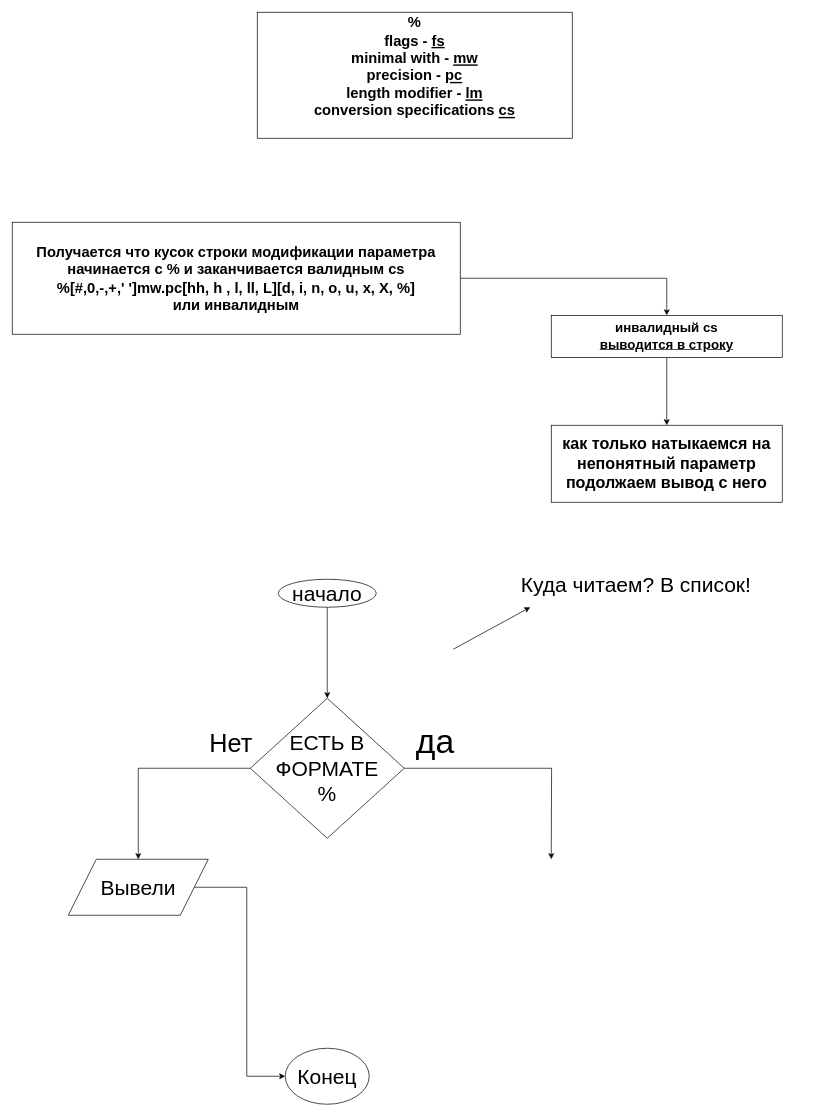
This is page "Page-1" (1 of 2) of thougths.drawio from vlukjanenko/ft_printf, a draw.io file, before an edit. Source tidied: cells renumbered, new cells numbered last; positions are measured from the earlier drawing's top-left corner, leaving out a move shared by most shapes. Both pictures are drawn from the tidied source at 70%, with x=0, y=0 at pixel (12, 12).
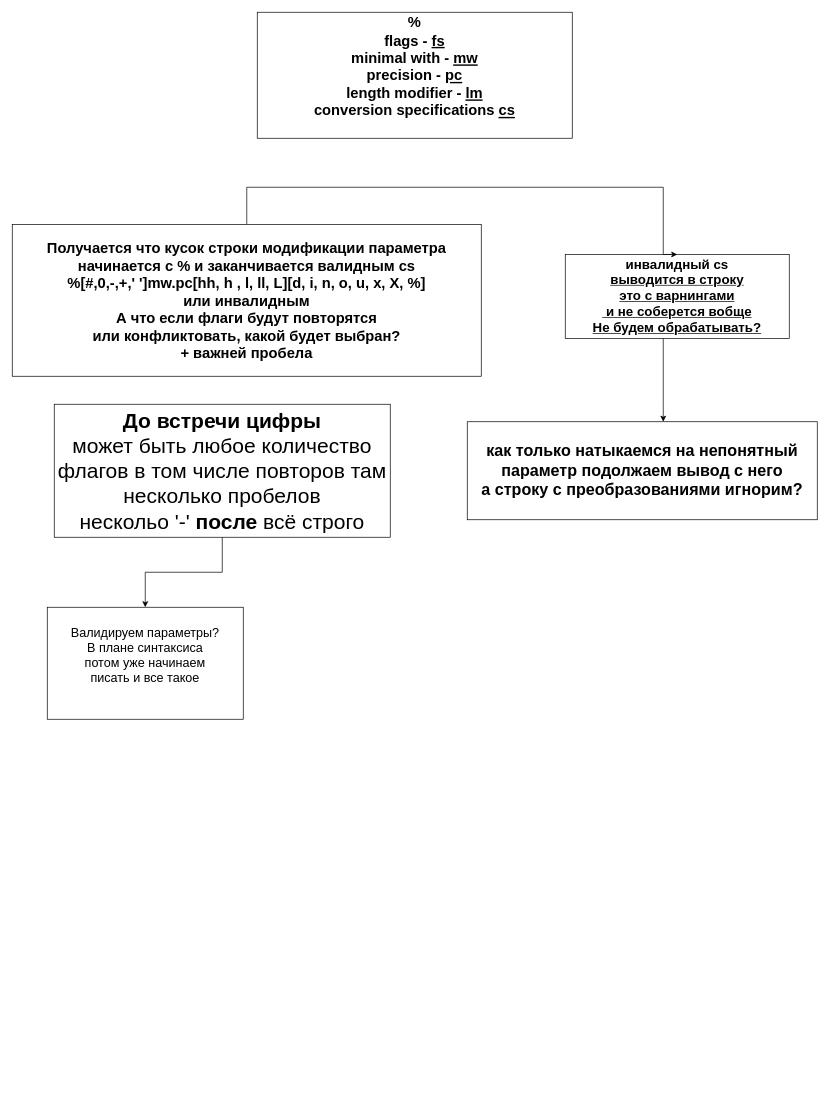
The same page after the edit.

The edit, as a diff of the source:
```diff
@@
     <mxCell id="3" style="edgeStyle=orthogonalEdgeStyle;rounded=0;jettySize=auto;html=1;" parent="1" edge="1" source="4" target="7">
-      <mxGeometry relative="1" as="geometry" />
+      <mxGeometry relative="1" as="geometry">
+        <Array as="points">
+          <mxPoint x="930" y="560" />
+          <mxPoint x="930" y="560" />
+        </Array>
+      </mxGeometry>
     </mxCell>
-    <mxCell id="4" value="&lt;font style=&quot;font-size: 19px&quot;&gt;&lt;b&gt;инвалидный cs &lt;br&gt;&lt;u&gt;выводится в строку&lt;/u&gt;&lt;/b&gt;&lt;/font&gt;" style="rounded=0;whiteSpace=wrap;html=1;" parent="1" vertex="1">
-      <mxGeometry x="770" y="433" width="330" height="60" as="geometry" />
+    <mxCell id="4" value="&lt;font style=&quot;font-size: 19px&quot;&gt;&lt;b&gt;инвалидный cs &lt;br&gt;&lt;u&gt;выводится в строку&lt;br&gt;это с варнингами&lt;br&gt;&amp;nbsp;и не соберется вобще&lt;br&gt;Не будем обрабатывать?&lt;br&gt;&lt;/u&gt;&lt;/b&gt;&lt;/font&gt;" style="rounded=0;whiteSpace=wrap;html=1;" parent="1" vertex="1">
+      <mxGeometry x="790" y="346" width="320" height="120" as="geometry" />
     </mxCell>
     <mxCell id="5" style="edgeStyle=orthogonalEdgeStyle;rounded=0;jettySize=auto;html=1;entryX=0.5;entryY=0;entryDx=0;entryDy=0;" parent="1" edge="1" source="6" target="4">
-      <mxGeometry relative="1" as="geometry" />
+      <mxGeometry relative="1" as="geometry">
+        <Array as="points">
+          <mxPoint x="335" y="250" />
+          <mxPoint x="930" y="250" />
+        </Array>
+      </mxGeometry>
     </mxCell>
-    <mxCell id="6" value="&lt;b style=&quot;font-size: 21px&quot;&gt;Получается что кусок строки модификации параметра&lt;/b&gt;&lt;br&gt;&lt;span style=&quot;font-size: 21px&quot;&gt;&lt;b&gt;начинается с % и заканчивается валидным cs &lt;/b&gt;&lt;/span&gt;&lt;br&gt;&lt;b style=&quot;font-size: 21px&quot;&gt;%[#,0,-,+,' ']mw.pc[hh, h , l, ll, L][&lt;/b&gt;&lt;span style=&quot;font-size: 21px&quot;&gt;&lt;b&gt;d, i, n, o, u, x, X, %]&lt;br&gt;&lt;/b&gt;&lt;/span&gt;&lt;span style=&quot;font-size: 21px&quot;&gt;&lt;b&gt;или инвалидным&lt;/b&gt;&lt;/span&gt;&lt;span style=&quot;font-size: 21px&quot;&gt;&lt;b&gt;&lt;br&gt;&lt;/b&gt;&lt;/span&gt;" style="rounded=0;whiteSpace=wrap;html=1;" parent="1" vertex="1">
-      <mxGeometry y="300" width="640" height="160" as="geometry" />
+    <mxCell id="6" value="&lt;b style=&quot;font-size: 21px&quot;&gt;Получается что кусок строки модификации параметра&lt;/b&gt;&lt;br&gt;&lt;span style=&quot;font-size: 21px&quot;&gt;&lt;b&gt;начинается с % и заканчивается валидным cs &lt;/b&gt;&lt;/span&gt;&lt;br&gt;&lt;b style=&quot;font-size: 21px&quot;&gt;%[#,0,-,+,' ']mw.pc[hh, h , l, ll, L][&lt;/b&gt;&lt;span style=&quot;font-size: 21px&quot;&gt;&lt;b&gt;d, i, n, o, u, x, X, %]&lt;br&gt;&lt;/b&gt;&lt;/span&gt;&lt;span style=&quot;font-size: 21px&quot;&gt;&lt;b&gt;или инвалидным&lt;br&gt;&lt;/b&gt;&lt;/span&gt;&lt;span style=&quot;font-size: 21px&quot;&gt;&lt;b&gt;А что если флаги будут повторятся&lt;br&gt;или конфликтовать, какой будет выбран?&lt;br&gt;+ важней пробела&lt;br&gt;&lt;/b&gt;&lt;/span&gt;" style="rounded=0;whiteSpace=wrap;html=1;" parent="1" vertex="1">
+      <mxGeometry y="303" width="670" height="217" as="geometry" />
     </mxCell>
-    <mxCell id="7" value="&lt;span style=&quot;text-align: left&quot;&gt;&lt;b&gt;&lt;font style=&quot;font-size: 23px&quot;&gt;как только натыкаемся на непонятный параметр подолжаем вывод с него&lt;/font&gt;&lt;/b&gt;&lt;/span&gt;" style="rounded=0;whiteSpace=wrap;html=1;" parent="1" vertex="1">
-      <mxGeometry x="770" y="590" width="330" height="110" as="geometry" />
+    <mxCell id="7" value="&lt;span style=&quot;text-align: left&quot;&gt;&lt;b&gt;&lt;font style=&quot;font-size: 23px&quot;&gt;как только натыкаемся на непонятный параметр подолжаем вывод с него&lt;br&gt;а строку с преобразованиями игнорим?&lt;br&gt;&lt;/font&gt;&lt;/b&gt;&lt;/span&gt;" style="rounded=0;whiteSpace=wrap;html=1;" parent="1" vertex="1">
+      <mxGeometry x="650" y="585" width="500" height="140" as="geometry" />
     </mxCell>
-    <mxCell id="8" style="edgeStyle=orthogonalEdgeStyle;rounded=0;jettySize=auto;html=1;entryX=0.5;entryY=0;entryDx=0;entryDy=0;" parent="1" edge="1" source="9" target="12">
-      <mxGeometry relative="1" as="geometry" />
-    </mxCell>
-    <mxCell id="9" value="&lt;font style=&quot;font-size: 30px&quot;&gt;начало&lt;/font&gt;" style="ellipse;whiteSpace=wrap;html=1;" parent="1" vertex="1">
-      <mxGeometry x="380" y="810" width="140" height="40" as="geometry" />
-    </mxCell>
-    <mxCell id="10" style="edgeStyle=orthogonalEdgeStyle;rounded=0;jettySize=auto;html=1;" parent="1" edge="1" source="12">
-      <mxGeometry relative="1" as="geometry">
-        <mxPoint x="770" y="1210" as="targetPoint" />
-      </mxGeometry>
-    </mxCell>
-    <mxCell id="11" style="edgeStyle=orthogonalEdgeStyle;rounded=0;jettySize=auto;html=1;" parent="1" edge="1" source="12" target="16">
-      <mxGeometry relative="1" as="geometry" />
-    </mxCell>
-    <mxCell id="12" value="&lt;font style=&quot;font-size: 30px&quot;&gt;ЕСТЬ В ФОРМАТЕ&lt;br&gt;%&lt;br&gt;&lt;/font&gt;" style="rhombus;whiteSpace=wrap;html=1;" parent="1" vertex="1">
-      <mxGeometry x="340" y="980" width="220" height="200" as="geometry" />
-    </mxCell>
-    <mxCell id="13" value="&lt;span style=&quot;font-size: 48px&quot;&gt;да&lt;/span&gt;" style="text;html=1;align=left;verticalAlign=top;spacingTop=-4;" parent="1" vertex="1">
-      <mxGeometry x="575" y="1010" width="70" height="30" as="geometry" />
-    </mxCell>
-    <mxCell id="14" value="&lt;span style=&quot;font-size: 36px&quot;&gt;Нет&lt;/span&gt;" style="text;html=1;align=left;verticalAlign=top;spacingTop=-4;" parent="1" vertex="1">
-      <mxGeometry x="280" y="1020" width="80" height="20" as="geometry" />
-    </mxCell>
-    <mxCell id="15" style="edgeStyle=orthogonalEdgeStyle;rounded=0;jettySize=auto;html=1;entryX=0;entryY=0.5;entryDx=0;entryDy=0;" parent="1" edge="1" source="16" target="17">
-      <mxGeometry relative="1" as="geometry" />
-    </mxCell>
-    <mxCell id="16" value="&lt;font style=&quot;font-size: 30px&quot;&gt;Вывели&lt;/font&gt;" style="shape=parallelogram;perimeter=parallelogramPerimeter;whiteSpace=wrap;html=1;" parent="1" vertex="1">
-      <mxGeometry x="80" y="1210" width="200" height="80" as="geometry" />
-    </mxCell>
-    <mxCell id="17" value="&lt;font style=&quot;font-size: 30px&quot;&gt;Конец&lt;/font&gt;" style="ellipse;whiteSpace=wrap;html=1;" parent="1" vertex="1">
-      <mxGeometry x="390" y="1480" width="120" height="80" as="geometry" />
-    </mxCell>
-    <mxCell id="18" value="&lt;font style=&quot;font-size: 30px&quot;&gt;Куда читаем? В список!&lt;/font&gt;" style="text;html=1;align=left;verticalAlign=top;spacingTop=-4;" parent="1" vertex="1">
-      <mxGeometry x="725" y="797" width="350" height="20" as="geometry" />
-    </mxCell>
-    <mxCell id="19" style="endArrow=classic;html=1;" parent="1" edge="1">
-      <mxGeometry relative="1" as="geometry">
-        <mxPoint x="630" y="910" as="sourcePoint" />
-        <mxPoint x="740" y="850" as="targetPoint" />
-      </mxGeometry>
-    </mxCell>
+    <mxCell id="20" style="edgeStyle=orthogonalEdgeStyle;rounded=0;jettySize=auto;html=1;" parent="1" edge="1" source="21" target="22">
+      <mxGeometry relative="1" as="geometry" />
+    </mxCell>
+    <mxCell id="21" value="&lt;span style=&quot;font-size: 30px&quot;&gt;&lt;b&gt;До встречи цифры&lt;/b&gt;&lt;br&gt;может быть любое количество&lt;br&gt;флагов в том числе повторов там несколько пробелов&lt;br&gt;нескольо '-' &lt;b&gt;после &lt;/b&gt;всё строго&lt;br&gt;&lt;/span&gt;" style="rounded=0;whiteSpace=wrap;html=1;" parent="1" vertex="1">
+      <mxGeometry x="60" y="560" width="480" height="190" as="geometry" />
+    </mxCell>
+    <mxCell id="22" value="&lt;font style=&quot;font-size: 18px&quot;&gt;Валидируем параметры?&lt;br&gt;В плане синтаксиса&lt;br&gt;потом уже начинаем&lt;br&gt;писать и все такое&lt;br&gt;&lt;br&gt;&lt;/font&gt;" style="rounded=0;whiteSpace=wrap;html=1;" parent="1" vertex="1">
+      <mxGeometry x="50" y="850" width="280" height="160" as="geometry" />
+    </mxCell>
```
